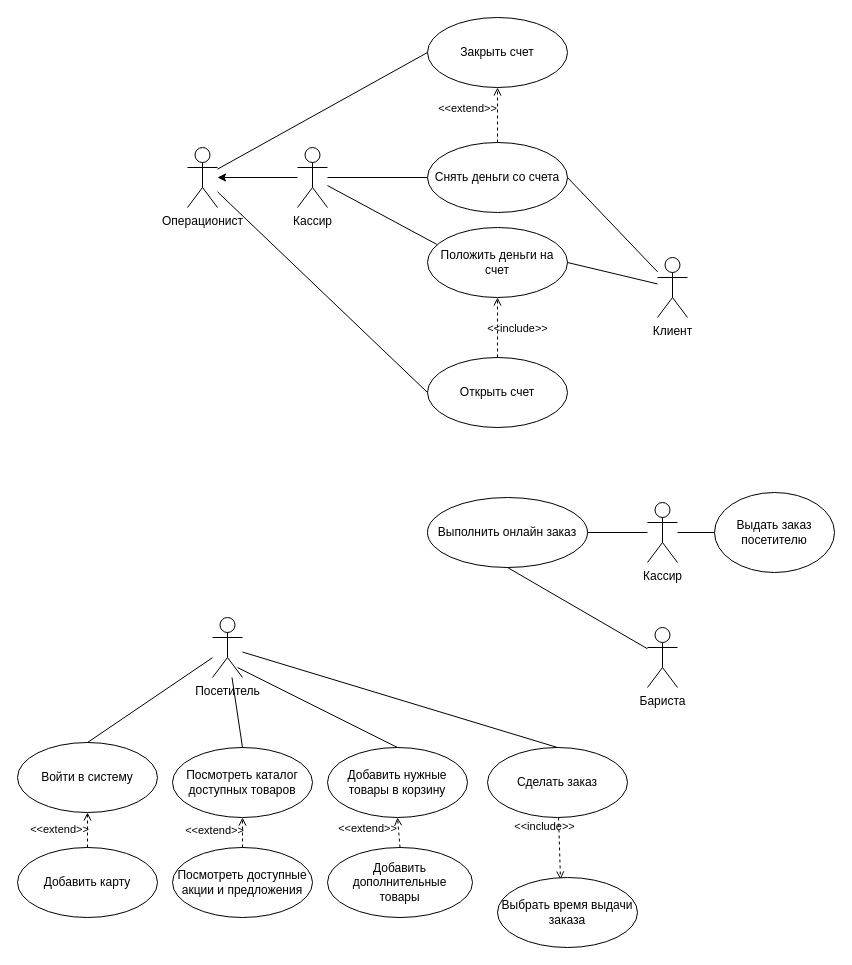
Above: AKMS_2.drawio in mopsin666/AKMS (draw.io), before the change. Source tidied: cells renumbered, new cells numbered last; positions are measured from the earlier drawing's top-left corner, leaving out a move shared by most shapes. Both pictures are drawn from the tidied source at 100%, with x=0, y=0 at pixel (17, 17).
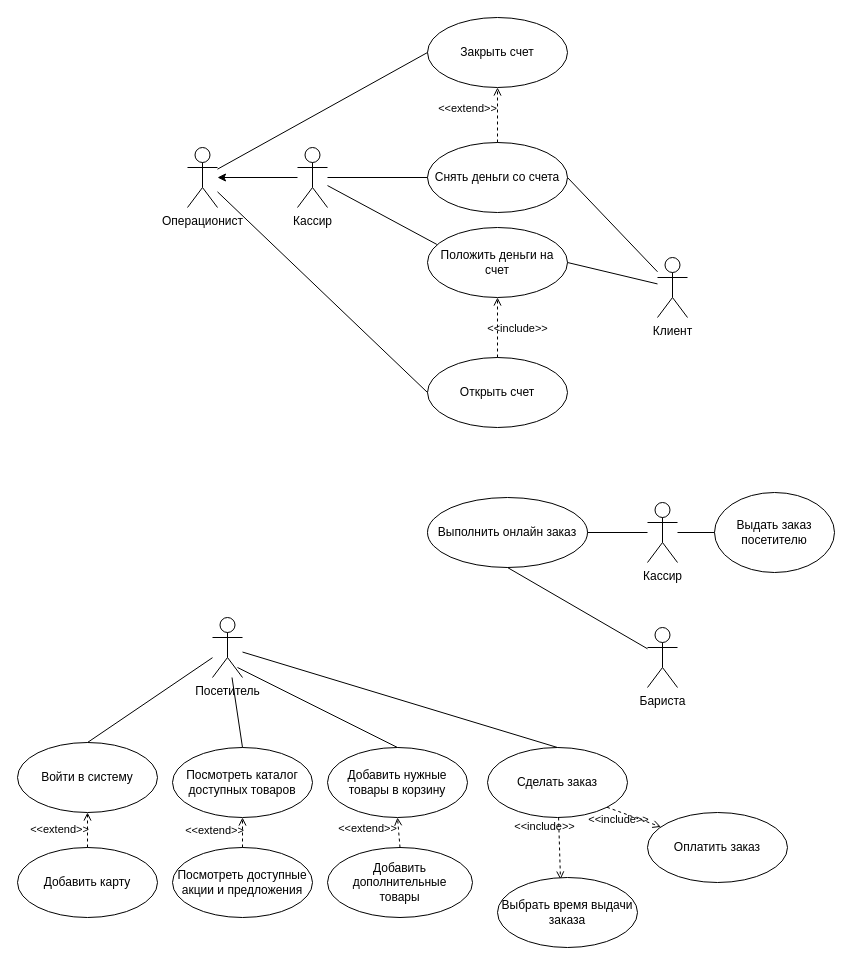
After the change.

The change refers to these unchanged cells:
```xml
<mxCell id="21" value="Сделать заказ" style="ellipse;whiteSpace=wrap;html=1;" parent="1" vertex="1">
  <mxGeometry x="470" y="730" width="140" height="70" as="geometry" />
</mxCell>
```

Change to the diagram source:
```diff
@@
+    <mxCell id="42" value="Оплатить заказ" style="ellipse;whiteSpace=wrap;html=1;" parent="1" vertex="1">
+      <mxGeometry x="630" y="795" width="140" height="70" as="geometry" />
+    </mxCell>
+    <mxCell id="43" value="&amp;lt;&amp;lt;include&amp;gt;&amp;gt;" style="html=1;verticalAlign=bottom;labelBackgroundColor=none;endArrow=open;endFill=0;dashed=1;rounded=0;exitX=1;exitY=1;exitDx=0;exitDy=0;" parent="1" edge="1" source="21" target="42">
+      <mxGeometry x="-0.42" y="-16" relative="1" as="geometry">
+        <mxPoint x="1" as="offset" />
+      </mxGeometry>
+    </mxCell>
```
